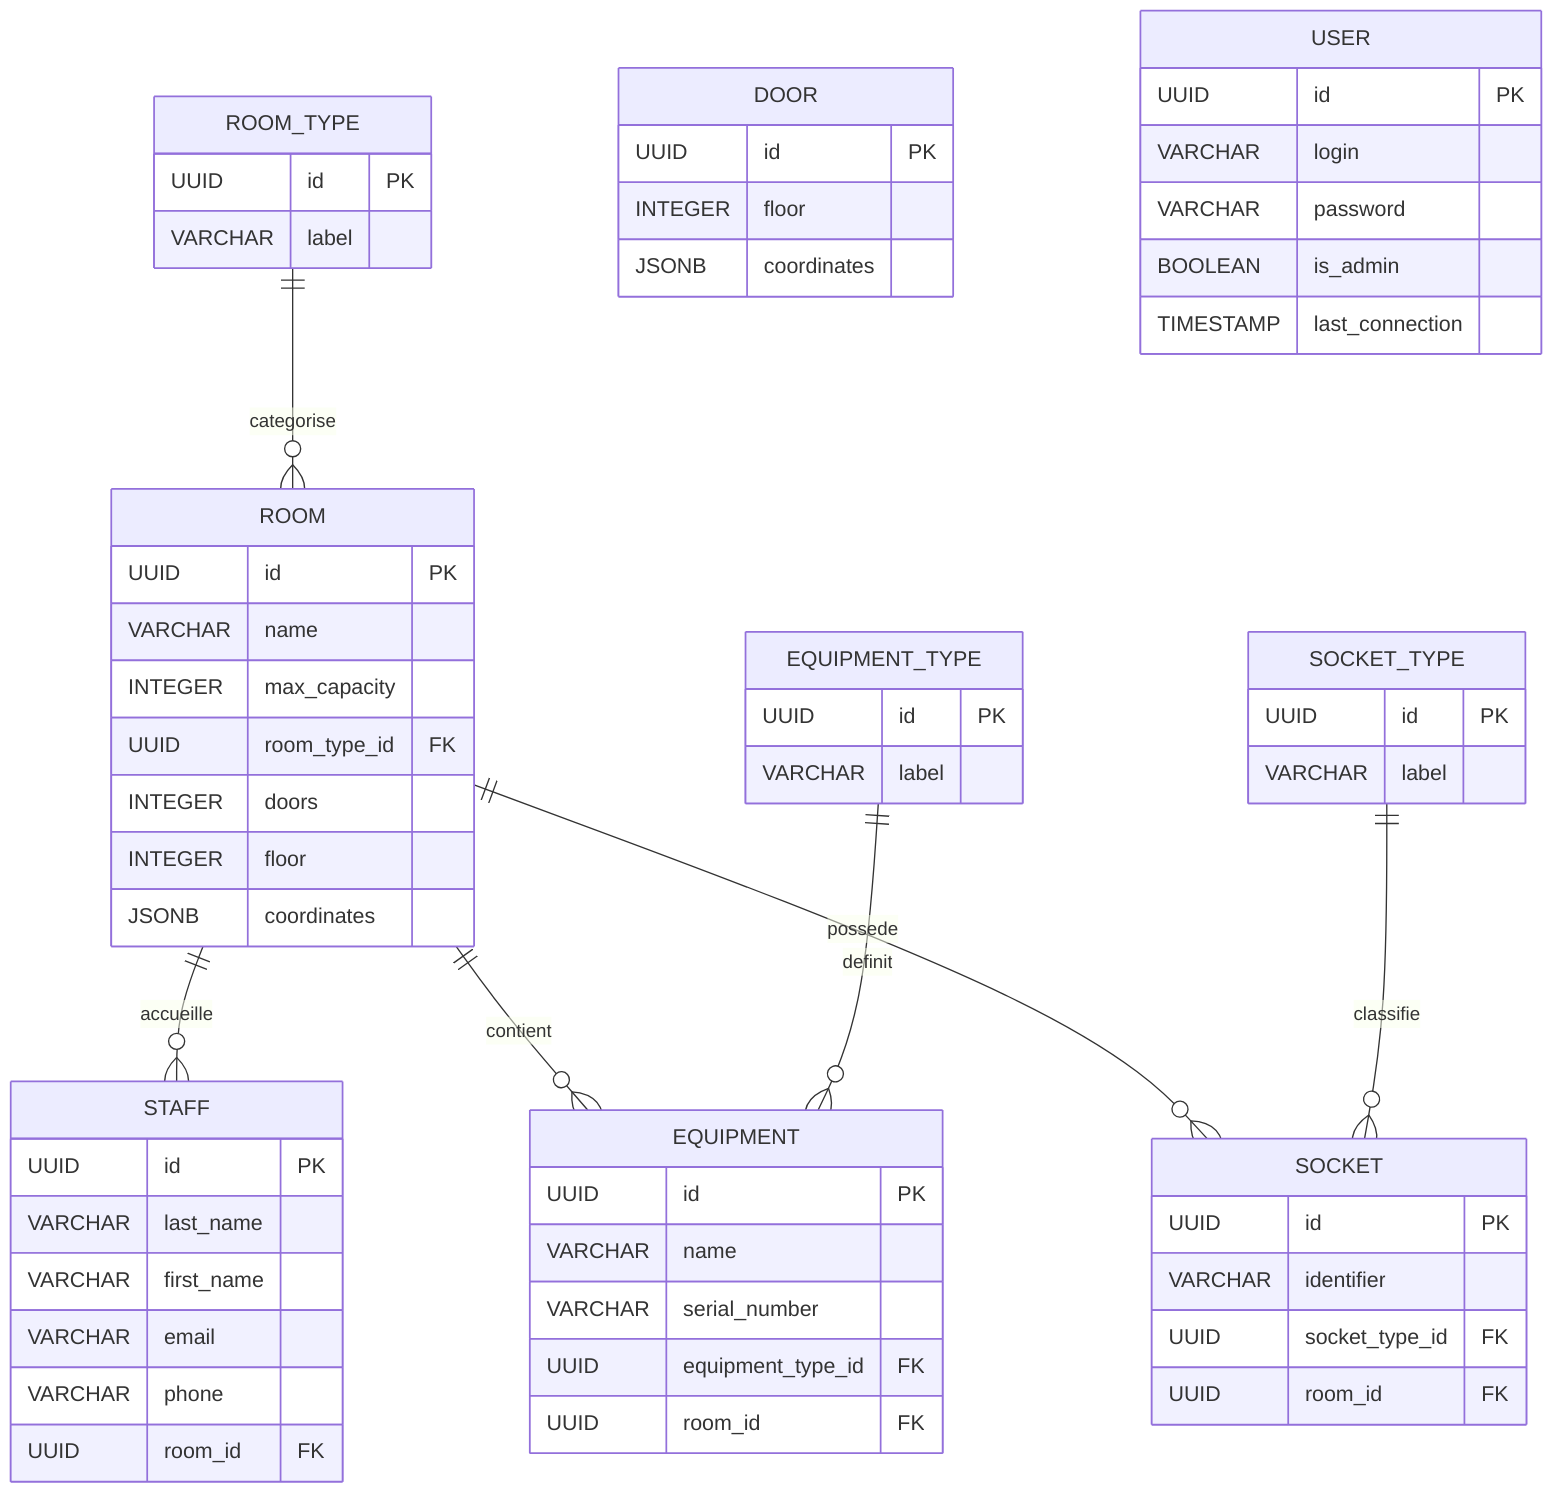
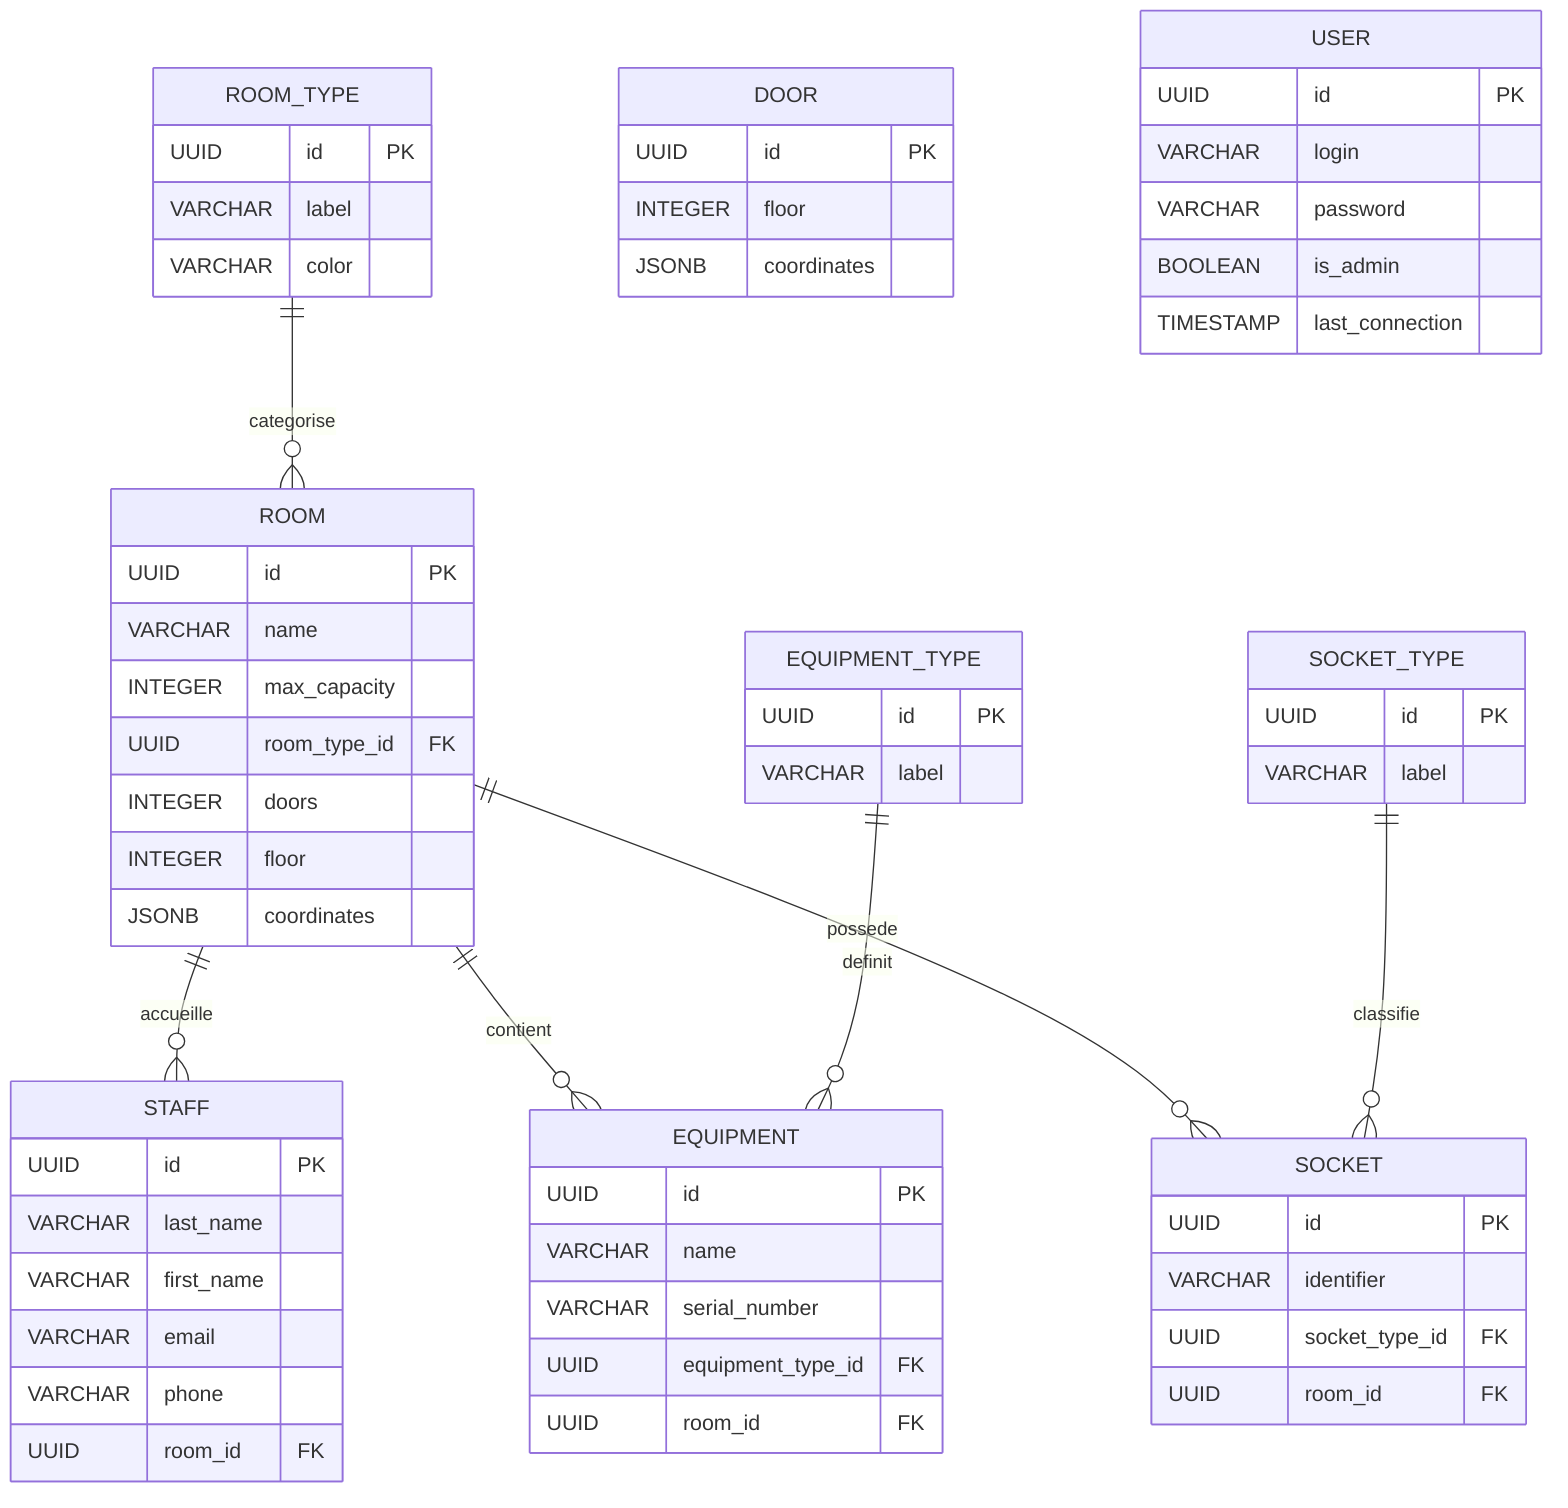
erDiagram
    ROOM_TYPE ||--o{ ROOM : categorise
    ROOM ||--o{ STAFF : accueille
    ROOM ||--o{ EQUIPMENT : contient
    ROOM ||--o{ SOCKET : possede
    EQUIPMENT_TYPE ||--o{ EQUIPMENT : definit
    SOCKET_TYPE ||--o{ SOCKET : classifie

    ROOM {
        UUID id PK
        VARCHAR name
        INTEGER max_capacity
        UUID room_type_id FK
        INTEGER doors
        INTEGER floor
        JSONB coordinates
    }

    DOOR {
        UUID id PK
        INTEGER floor
        JSONB coordinates
    }

+     %% Remarque : la colonne `floor` dans `DOOR` est un entier indiquant l'étage
+     %% (pas de table `floor` séparée). Les portes sont regroupées par étage côté application.
+ 
    ROOM_TYPE {
        UUID id PK
        VARCHAR label
+         VARCHAR color
    }

    STAFF {
        UUID id PK
        VARCHAR last_name
        VARCHAR first_name
        VARCHAR email
        VARCHAR phone
        UUID room_id FK
    }

    EQUIPMENT {
        UUID id PK
        VARCHAR name
        VARCHAR serial_number
        UUID equipment_type_id FK
        UUID room_id FK
    }

    EQUIPMENT_TYPE {
        UUID id PK
        VARCHAR label
    }

    SOCKET {
        UUID id PK
        VARCHAR identifier
        UUID socket_type_id FK
        UUID room_id FK
    }

    SOCKET_TYPE {
        UUID id PK
        VARCHAR label
    }

    USER {
        UUID id PK
        VARCHAR login
        VARCHAR password
        BOOLEAN is_admin
        TIMESTAMP last_connection
    }